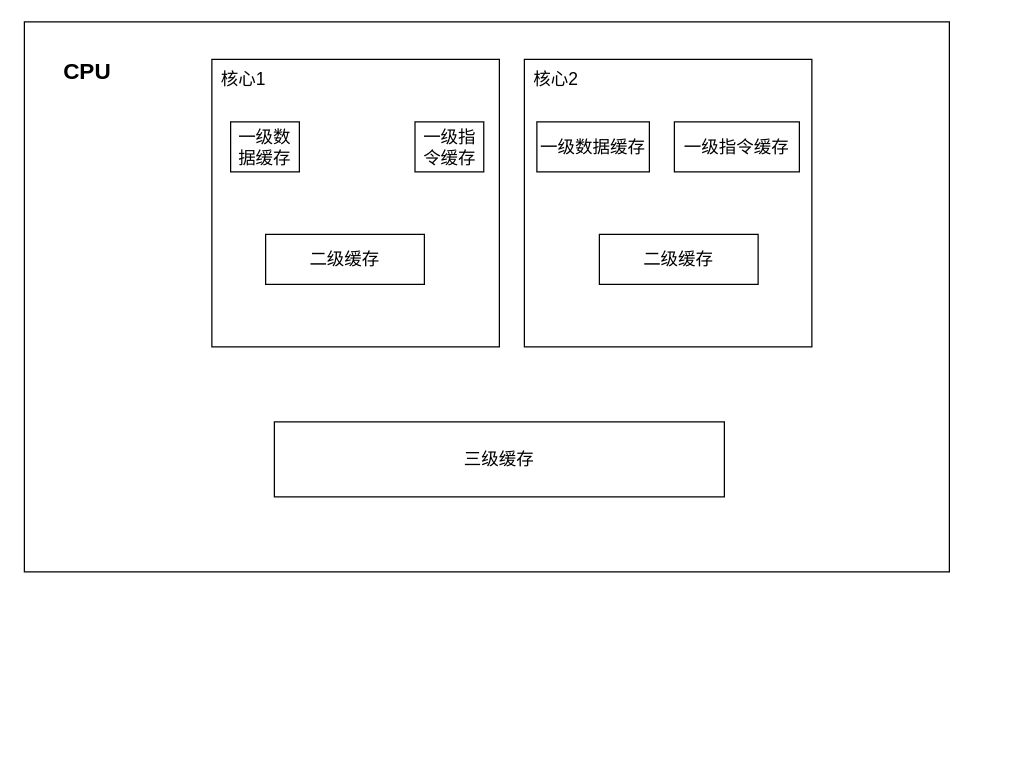
Above: drawio/cpu/CPU-Cache-Line伪共享.drawio in guitarock/my-pics (draw.io), before the change. Source tidied: cells renumbered, new cells numbered last; positions are measured from the earlier drawing's top-left corner, leaving out a move shared by most shapes. Both pictures are drawn from the tidied source at 125%, with x=0, y=0 at pixel (24, 21).
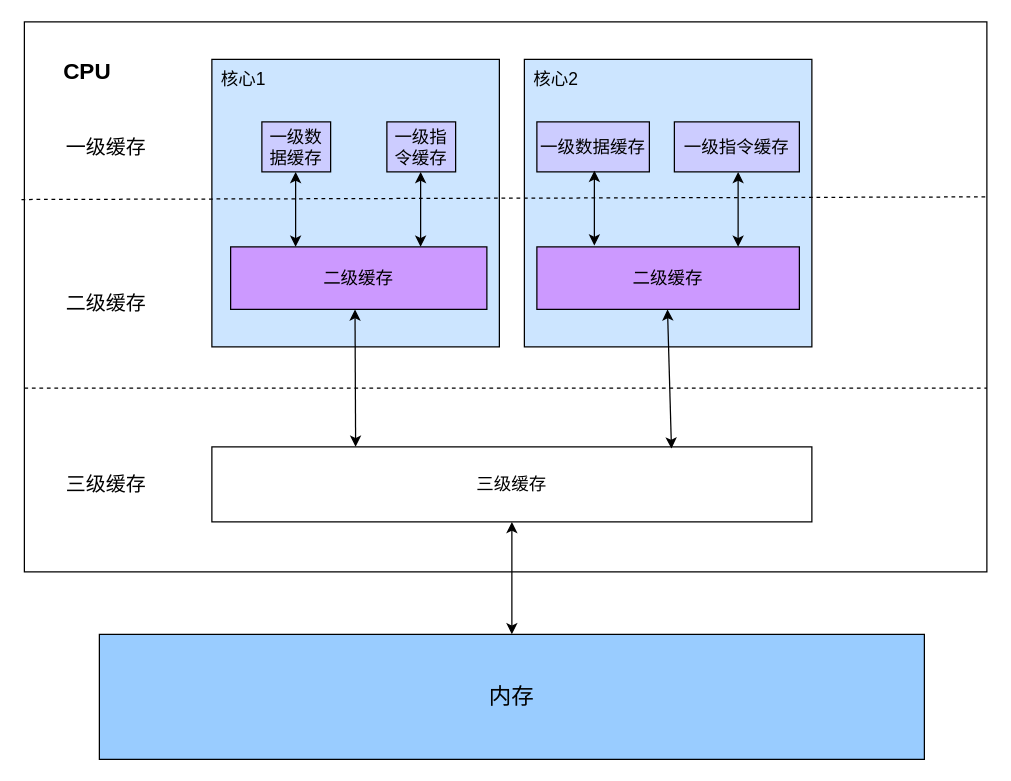
Above is the later version.

Commit message (it also covers changes not shown here):
更新CPU-Cache-Line伪共享.drawio

Change to the diagram source:
```diff
@@
     <mxCell id="2" style="rounded=0;whiteSpace=wrap;html=1;" parent="1" vertex="1">
-      <mxGeometry width="740" height="440" as="geometry" />
+      <mxGeometry width="770" height="440" as="geometry" />
     </mxCell>
-    <mxCell id="3" style="rounded=0;whiteSpace=wrap;html=1;" parent="1" vertex="1">
+    <mxCell id="3" style="rounded=0;whiteSpace=wrap;html=1;fillColor=#CCE5FF;" parent="1" vertex="1">
       <mxGeometry x="150" y="30" width="230" height="230" as="geometry" />
     </mxCell>
-    <mxCell id="4" style="rounded=0;whiteSpace=wrap;html=1;" parent="1" vertex="1">
+    <mxCell id="4" style="rounded=0;whiteSpace=wrap;html=1;fillColor=#CCE5FF;" parent="1" vertex="1">
       <mxGeometry x="400" y="30" width="230" height="230" as="geometry" />
     </mxCell>
@@
-    <mxCell id="8" value="一级数据缓存" style="rounded=0;whiteSpace=wrap;html=1;fontSize=14;" parent="1" vertex="1">
-      <mxGeometry x="165" y="80" width="55" height="40" as="geometry" />
+    <mxCell id="8" value="一级数据缓存" style="rounded=0;whiteSpace=wrap;html=1;fontSize=14;fillColor=#CCCCFF;" parent="1" vertex="1">
+      <mxGeometry x="190" y="80" width="55" height="40" as="geometry" />
     </mxCell>
-    <mxCell id="9" value="一级指令缓存" style="rounded=0;whiteSpace=wrap;html=1;fontSize=14;" parent="1" vertex="1">
-      <mxGeometry x="312.5" y="80" width="55" height="40" as="geometry" />
+    <mxCell id="9" value="一级指令缓存" style="rounded=0;whiteSpace=wrap;html=1;fontSize=14;fillColor=#CCCCFF;" parent="1" vertex="1">
+      <mxGeometry x="290" y="80" width="55" height="40" as="geometry" />
     </mxCell>
-    <mxCell id="10" value="一级数据缓存" style="rounded=0;whiteSpace=wrap;html=1;fontSize=14;" parent="1" vertex="1">
+    <mxCell id="10" value="一级数据缓存" style="rounded=0;whiteSpace=wrap;html=1;fontSize=14;fillColor=#CCCCFF;" parent="1" vertex="1">
       <mxGeometry x="410" y="80" width="90" height="40" as="geometry" />
     </mxCell>
-    <mxCell id="11" value="一级指令缓存" style="rounded=0;whiteSpace=wrap;html=1;fontSize=14;" parent="1" vertex="1">
+    <mxCell id="11" value="一级指令缓存" style="rounded=0;whiteSpace=wrap;html=1;fontSize=14;fillColor=#CCCCFF;" parent="1" vertex="1">
       <mxGeometry x="520" y="80" width="100" height="40" as="geometry" />
     </mxCell>
-    <mxCell id="12" value="二级缓存" style="rounded=0;whiteSpace=wrap;html=1;fontSize=14;" parent="1" vertex="1">
-      <mxGeometry x="193" y="170" width="127" height="40" as="geometry" />
+    <mxCell id="12" value="二级缓存" style="rounded=0;whiteSpace=wrap;html=1;fontSize=14;fillColor=#CC99FF;" parent="1" vertex="1">
+      <mxGeometry x="165" y="180" width="205" height="50" as="geometry" />
     </mxCell>
-    <mxCell id="13" value="二级缓存" style="rounded=0;whiteSpace=wrap;html=1;fontSize=14;" parent="1" vertex="1">
-      <mxGeometry x="460" y="170" width="127" height="40" as="geometry" />
+    <mxCell id="13" value="二级缓存" style="rounded=0;whiteSpace=wrap;html=1;fontSize=14;fillColor=#CC99FF;" parent="1" vertex="1">
+      <mxGeometry x="410" y="180" width="210" height="50" as="geometry" />
     </mxCell>
     <mxCell id="14" value="三级缓存" style="rounded=0;whiteSpace=wrap;html=1;fontSize=14;" parent="1" vertex="1">
-      <mxGeometry x="200" y="320" width="360" height="60" as="geometry" />
+      <mxGeometry x="150" y="340" width="480" height="60" as="geometry" />
     </mxCell>
+    <mxCell id="15" value="&lt;font style=&quot;font-size: 18px;&quot;&gt;内存&lt;/font&gt;" style="rounded=0;whiteSpace=wrap;html=1;fontSize=14;fillColor=#99CCFF;" parent="1" vertex="1">
+      <mxGeometry x="60" y="490" width="660" height="100" as="geometry" />
+    </mxCell>
+    <mxCell id="16" style="endArrow=classic;startArrow=classic;html=1;rounded=0;fontSize=18;entryX=0.5;entryY=1;entryDx=0;entryDy=0;exitX=0.5;exitY=0;exitDx=0;exitDy=0;" parent="1" edge="1" source="15" target="14">
+      <mxGeometry relative="1" as="geometry" />
+    </mxCell>
+    <mxCell id="17" style="endArrow=none;dashed=1;html=1;strokeWidth=1;rounded=0;fontSize=18;exitX=-0.003;exitY=0.323;exitDx=0;exitDy=0;exitPerimeter=0;" parent="1" edge="1" source="2">
+      <mxGeometry relative="1" as="geometry">
+        <mxPoint x="770" y="140" as="targetPoint" />
+      </mxGeometry>
+    </mxCell>
+    <mxCell id="18" style="endArrow=none;dashed=1;html=1;strokeWidth=1;rounded=0;fontSize=18;exitX=0;exitY=0.25;exitDx=0;exitDy=0;" parent="1" edge="1">
+      <mxGeometry relative="1" as="geometry">
+        <mxPoint y="293" as="sourcePoint" />
+        <mxPoint x="770" y="293" as="targetPoint" />
+      </mxGeometry>
+    </mxCell>
+    <mxCell id="19" style="endArrow=classic;startArrow=classic;html=1;rounded=0;fontSize=18;entryX=0.5;entryY=1;entryDx=0;entryDy=0;exitX=0.5;exitY=0;exitDx=0;exitDy=0;" parent="1" edge="1">
+      <mxGeometry relative="1" as="geometry">
+        <mxPoint x="456" y="179" as="sourcePoint" />
+        <mxPoint x="456" y="119" as="targetPoint" />
+      </mxGeometry>
+    </mxCell>
+    <mxCell id="20" style="endArrow=classic;startArrow=classic;html=1;rounded=0;fontSize=18;entryX=0.5;entryY=1;entryDx=0;entryDy=0;" parent="1" edge="1">
+      <mxGeometry relative="1" as="geometry">
+        <mxPoint x="265" y="340" as="sourcePoint" />
+        <mxPoint x="264.5" y="230" as="targetPoint" />
+      </mxGeometry>
+    </mxCell>
+    <mxCell id="21" style="endArrow=classic;startArrow=classic;html=1;rounded=0;fontSize=18;entryX=0.5;entryY=1;entryDx=0;entryDy=0;exitX=0.766;exitY=0.023;exitDx=0;exitDy=0;exitPerimeter=0;" parent="1" edge="1" source="14">
+      <mxGeometry relative="1" as="geometry">
+        <mxPoint x="514.5" y="230" as="targetPoint" />
+      </mxGeometry>
+    </mxCell>
+    <mxCell id="22" style="endArrow=classic;startArrow=classic;html=1;rounded=0;fontSize=18;entryX=0.5;entryY=1;entryDx=0;entryDy=0;exitX=0.5;exitY=0;exitDx=0;exitDy=0;" parent="1" edge="1">
+      <mxGeometry relative="1" as="geometry">
+        <mxPoint x="571" y="180" as="sourcePoint" />
+        <mxPoint x="571" y="120" as="targetPoint" />
+      </mxGeometry>
+    </mxCell>
+    <mxCell id="23" style="endArrow=classic;startArrow=classic;html=1;rounded=0;fontSize=18;entryX=0.5;entryY=1;entryDx=0;entryDy=0;exitX=0.5;exitY=0;exitDx=0;exitDy=0;" parent="1" edge="1">
+      <mxGeometry relative="1" as="geometry">
+        <mxPoint x="217" y="180" as="sourcePoint" />
+        <mxPoint x="217" y="120" as="targetPoint" />
+      </mxGeometry>
+    </mxCell>
+    <mxCell id="24" style="endArrow=classic;startArrow=classic;html=1;rounded=0;fontSize=18;entryX=0.5;entryY=1;entryDx=0;entryDy=0;exitX=0.5;exitY=0;exitDx=0;exitDy=0;" parent="1" edge="1">
+      <mxGeometry relative="1" as="geometry">
+        <mxPoint x="317" y="180" as="sourcePoint" />
+        <mxPoint x="317" y="120" as="targetPoint" />
+      </mxGeometry>
+    </mxCell>
+    <mxCell id="25" value="&lt;font style=&quot;font-size: 16px;&quot;&gt;一级缓存&lt;/font&gt;" style="text;html=1;align=center;verticalAlign=middle;fillColor=none;strokeColor=none;rounded=0;fontSize=18;" parent="1" vertex="1">
+      <mxGeometry x="25" y="85" width="80" height="30" as="geometry" />
+    </mxCell>
+    <mxCell id="26" value="&lt;font style=&quot;font-size: 16px;&quot;&gt;二级缓存&lt;/font&gt;" style="text;html=1;align=center;verticalAlign=middle;fillColor=none;strokeColor=none;rounded=0;fontSize=18;" parent="1" vertex="1">
+      <mxGeometry x="25" y="210" width="80" height="30" as="geometry" />
+    </mxCell>
+    <mxCell id="27" value="&lt;font style=&quot;font-size: 16px;&quot;&gt;三级缓存&lt;/font&gt;" style="text;html=1;align=center;verticalAlign=middle;fillColor=none;strokeColor=none;rounded=0;fontSize=18;" parent="1" vertex="1">
+      <mxGeometry x="25" y="355" width="80" height="30" as="geometry" />
+    </mxCell>
```
